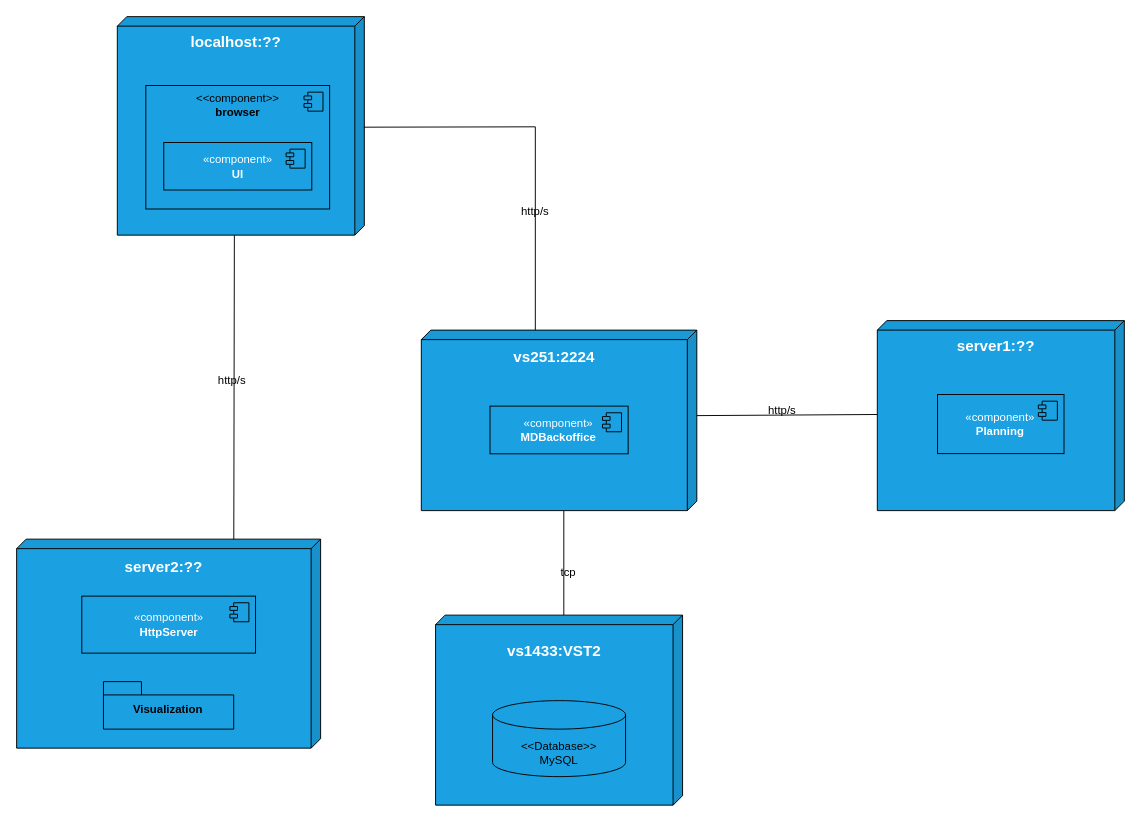
rita-barbosa/LAPR5-2425 keeps this draw.io diagram as docs/sprint-3/team-decisions/views/physical-view/physical-vl2.drawio. Above is the earlier version. Source tidied: cells renumbered, new cells numbered last; positions are measured from the earlier drawing's top-left corner, leaving out a move shared by most shapes. Both pictures are drawn from the tidied source at 95%, with x=0, y=0 at pixel (16, 16).
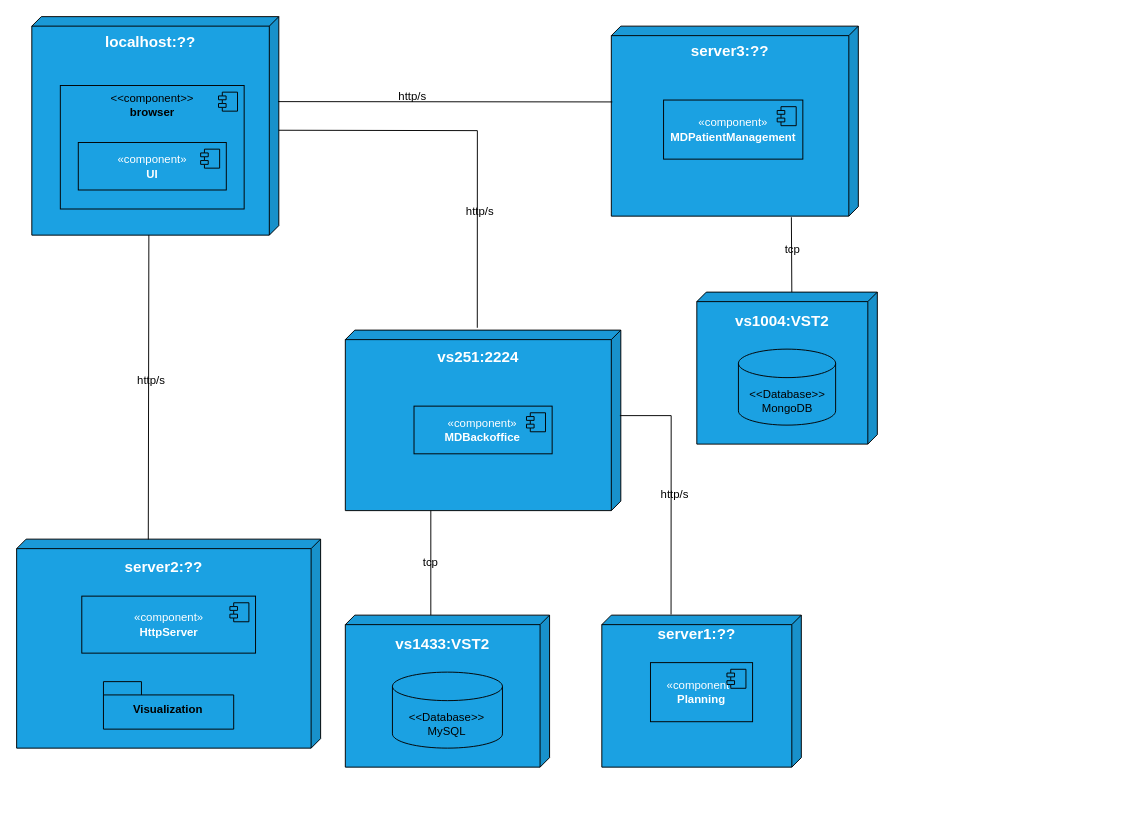
Above is the later version.

Unchanged cells that the change refers to:
```xml
<mxCell id="3" value="&lt;b&gt;&lt;font style=&quot;font-size: 16px;&quot;&gt;localhost:??&lt;/font&gt;&lt;/b&gt;&lt;div&gt;&lt;b&gt;&lt;br&gt;&lt;/b&gt;&lt;/div&gt;&lt;div&gt;&lt;br&gt;&lt;/div&gt;&lt;div&gt;&lt;b&gt;&lt;br&gt;&lt;/b&gt;&lt;/div&gt;&lt;div&gt;&lt;b&gt;&lt;br&gt;&lt;/b&gt;&lt;/div&gt;&lt;div&gt;&lt;b&gt;&lt;br&gt;&lt;/b&gt;&lt;/div&gt;&lt;div&gt;&lt;b&gt;&lt;br&gt;&lt;/b&gt;&lt;/div&gt;&lt;div&gt;&lt;b&gt;&lt;br&gt;&lt;/b&gt;&lt;/div&gt;&lt;div style=&quot;&quot;&gt;&lt;b&gt;&lt;br&gt;&lt;/b&gt;&lt;/div&gt;&lt;div style=&quot;&quot;&gt;&lt;b&gt;&lt;br&gt;&lt;/b&gt;&lt;/div&gt;&lt;div style=&quot;&quot;&gt;&lt;b&gt;&lt;br&gt;&lt;/b&gt;&lt;/div&gt;&lt;div style=&quot;&quot;&gt;&lt;b&gt;&lt;br&gt;&lt;/b&gt;&lt;/div&gt;&lt;div style=&quot;&quot;&gt;&lt;b&gt;&lt;br&gt;&lt;/b&gt;&lt;/div&gt;&lt;div style=&quot;&quot;&gt;&lt;br&gt;&lt;/div&gt;" style="shape=cube;whiteSpace=wrap;html=1;boundedLbl=1;backgroundOutline=1;darkOpacity=0.05;darkOpacity2=0.1;size=10;rotation=0;shadow=0;flipV=0;flipH=1;fillColor=#1ba1e2;fontColor=#ffffff;strokeColor=#000000;" parent="2" vertex="1">
  <mxGeometry width="260" height="230" as="geometry" />
</mxCell>
<mxCell id="10" value="&lt;b&gt;&lt;font style=&quot;font-size: 16px;&quot;&gt;vs251&lt;/font&gt;&lt;/b&gt;&lt;b style=&quot;background-color: initial;&quot;&gt;&lt;font style=&quot;font-size: 16px;&quot;&gt;:2224&lt;/font&gt;&lt;/b&gt;&lt;div&gt;&lt;div&gt;&lt;b&gt;&lt;br&gt;&lt;/b&gt;&lt;/div&gt;&lt;div&gt;&lt;b&gt;&lt;br&gt;&lt;/b&gt;&lt;/div&gt;&lt;div&gt;&lt;b&gt;&lt;br&gt;&lt;/b&gt;&lt;/div&gt;&lt;div&gt;&lt;b&gt;&lt;br&gt;&lt;/b&gt;&lt;/div&gt;&lt;div&gt;&lt;b&gt;&lt;br&gt;&lt;/b&gt;&lt;/div&gt;&lt;div&gt;&lt;br&gt;&lt;/div&gt;&lt;div style=&quot;&quot;&gt;&lt;b&gt;&lt;br&gt;&lt;/b&gt;&lt;/div&gt;&lt;div style=&quot;&quot;&gt;&lt;b&gt;&lt;br&gt;&lt;/b&gt;&lt;/div&gt;&lt;div style=&quot;&quot;&gt;&lt;b&gt;&lt;br&gt;&lt;/b&gt;&lt;/div&gt;&lt;div style=&quot;&quot;&gt;&lt;b&gt;&lt;br&gt;&lt;/b&gt;&lt;/div&gt;&lt;/div&gt;" style="shape=cube;whiteSpace=wrap;html=1;boundedLbl=1;backgroundOutline=1;darkOpacity=0.05;darkOpacity2=0.1;size=10;rotation=0;shadow=0;flipV=0;flipH=1;fillColor=#1ba1e2;fontColor=#ffffff;strokeColor=#000000;" parent="9" vertex="1">
  <mxGeometry width="290" height="190" as="geometry" />
</mxCell>
```

The edit, as a diff of the source:
```diff
@@
+    <mxCell id="20" style="endArrow=none;startArrow=none;endFill=0;startFill=0;endSize=8;html=1;verticalAlign=bottom;labelBackgroundColor=none;strokeWidth=1;rounded=0;entryX=0.521;entryY=-0.013;entryDx=0;entryDy=0;entryPerimeter=0;exitX=0.006;exitY=0.52;exitDx=0;exitDy=0;exitPerimeter=0;" parent="1" edge="1" source="3" target="10">
+      <mxGeometry relative="1" as="geometry">
+        <Array as="points">
+          <mxPoint x="485" y="120" />
+        </Array>
+      </mxGeometry>
+    </mxCell>
     <mxCell id="2" style="group;strokeColor=none;" parent="1" vertex="1">
-      <mxGeometry x="106" width="260" height="230" as="geometry" />
+      <mxGeometry x="16" width="260" height="230" as="geometry" />
     </mxCell>
@@
     <mxCell id="9" style="group;" parent="1" vertex="1">
-      <mxGeometry x="426" y="330" width="290" height="190" as="geometry" />
+      <mxGeometry x="346" y="330" width="290" height="190" as="geometry" />
     </mxCell>
@@
     <mxCell id="18" style="endArrow=none;startArrow=none;endFill=0;startFill=0;endSize=8;html=1;verticalAlign=bottom;labelBackgroundColor=none;strokeWidth=1;rounded=0;exitX=0;exitY=0;exitDx=135;exitDy=230;exitPerimeter=0;entryX=0.28;entryY=0.002;entryDx=0;entryDy=0;entryPerimeter=0;" parent="1" edge="1">
       <mxGeometry relative="1" as="geometry">
-        <mxPoint x="229.2" y="230" as="sourcePoint" />
-        <mxPoint x="228.6" y="550.4" as="targetPoint" />
+        <mxPoint x="139.2" y="230" as="sourcePoint" />
+        <mxPoint x="138.6" y="550.4" as="targetPoint" />
       </mxGeometry>
     </mxCell>
@@
-    <mxCell id="20" style="endArrow=none;startArrow=none;endFill=0;startFill=0;endSize=8;html=1;verticalAlign=bottom;labelBackgroundColor=none;strokeWidth=1;rounded=0;exitX=0.002;exitY=0.506;exitDx=0;exitDy=0;exitPerimeter=0;entryX=0;entryY=0;entryDx=170;entryDy=0;entryPerimeter=0;" parent="1" edge="1" source="3" target="10">
-      <mxGeometry relative="1" as="geometry">
-        <Array as="points">
-          <mxPoint x="546" y="116" />
-        </Array>
-      </mxGeometry>
-    </mxCell>
     <mxCell id="21" value="&lt;div&gt;http/s&lt;/div&gt;" style="text;html=1;align=center;verticalAlign=middle;whiteSpace=wrap;rounded=0;fillColor=none;strokeColor=none;" parent="1" vertex="1">
-      <mxGeometry x="187" y="358" width="80" height="50" as="geometry" />
+      <mxGeometry x="102" y="358" width="80" height="50" as="geometry" />
     </mxCell>
     <mxCell id="22" value="&lt;div&gt;http/s&lt;/div&gt;" style="text;html=1;align=center;verticalAlign=middle;whiteSpace=wrap;rounded=0;fillColor=none;strokeColor=none;" parent="1" vertex="1">
-      <mxGeometry x="506" y="180" width="80" height="50" as="geometry" />
+      <mxGeometry x="448" y="180" width="80" height="50" as="geometry" />
     </mxCell>
     <mxCell id="23" style="group;" parent="1" vertex="1">
-      <mxGeometry x="906" y="320" width="260" height="200" as="geometry" />
+      <mxGeometry x="626" y="10" width="260" height="200" as="geometry" />
     </mxCell>
-    <mxCell id="24" value="&lt;b&gt;&lt;font style=&quot;font-size: 16px;&quot;&gt;server1&lt;/font&gt;&lt;/b&gt;&lt;b style=&quot;background-color: initial;&quot;&gt;&lt;font style=&quot;font-size: 16px;&quot;&gt;:??&lt;/font&gt;&lt;/b&gt;&lt;div&gt;&lt;div&gt;&lt;b&gt;&lt;br&gt;&lt;/b&gt;&lt;/div&gt;&lt;div&gt;&lt;b&gt;&lt;br&gt;&lt;/b&gt;&lt;/div&gt;&lt;div&gt;&lt;b&gt;&lt;br&gt;&lt;/b&gt;&lt;/div&gt;&lt;div&gt;&lt;b&gt;&lt;br&gt;&lt;/b&gt;&lt;/div&gt;&lt;div&gt;&lt;b&gt;&lt;br&gt;&lt;/b&gt;&lt;/div&gt;&lt;div&gt;&lt;b&gt;&lt;br&gt;&lt;/b&gt;&lt;/div&gt;&lt;div&gt;&lt;b&gt;&lt;br&gt;&lt;/b&gt;&lt;/div&gt;&lt;div&gt;&lt;b&gt;&lt;br&gt;&lt;/b&gt;&lt;/div&gt;&lt;div style=&quot;&quot;&gt;&lt;br&gt;&lt;/div&gt;&lt;div style=&quot;&quot;&gt;&lt;b&gt;&lt;br&gt;&lt;/b&gt;&lt;/div&gt;&lt;div style=&quot;&quot;&gt;&lt;b&gt;&lt;br&gt;&lt;/b&gt;&lt;/div&gt;&lt;/div&gt;" style="shape=cube;whiteSpace=wrap;html=1;boundedLbl=1;backgroundOutline=1;darkOpacity=0.05;darkOpacity2=0.1;size=10;rotation=0;shadow=0;flipV=0;flipH=1;fillColor=#1ba1e2;fontColor=#ffffff;strokeColor=#000000;" parent="23" vertex="1">
+    <mxCell id="24" value="&lt;b&gt;&lt;font style=&quot;font-size: 16px;&quot;&gt;server3&lt;/font&gt;&lt;/b&gt;&lt;b style=&quot;background-color: initial;&quot;&gt;&lt;font style=&quot;font-size: 16px;&quot;&gt;:??&lt;/font&gt;&lt;/b&gt;&lt;div&gt;&lt;div&gt;&lt;b&gt;&lt;br&gt;&lt;/b&gt;&lt;/div&gt;&lt;div&gt;&lt;b&gt;&lt;br&gt;&lt;/b&gt;&lt;/div&gt;&lt;div&gt;&lt;b&gt;&lt;br&gt;&lt;/b&gt;&lt;/div&gt;&lt;div&gt;&lt;b&gt;&lt;br&gt;&lt;/b&gt;&lt;/div&gt;&lt;div&gt;&lt;b&gt;&lt;br&gt;&lt;/b&gt;&lt;/div&gt;&lt;div&gt;&lt;b&gt;&lt;br&gt;&lt;/b&gt;&lt;/div&gt;&lt;div&gt;&lt;b&gt;&lt;br&gt;&lt;/b&gt;&lt;/div&gt;&lt;div&gt;&lt;b&gt;&lt;br&gt;&lt;/b&gt;&lt;/div&gt;&lt;div style=&quot;&quot;&gt;&lt;br&gt;&lt;/div&gt;&lt;div style=&quot;&quot;&gt;&lt;b&gt;&lt;br&gt;&lt;/b&gt;&lt;/div&gt;&lt;div style=&quot;&quot;&gt;&lt;b&gt;&lt;br&gt;&lt;/b&gt;&lt;/div&gt;&lt;/div&gt;" style="shape=cube;whiteSpace=wrap;html=1;boundedLbl=1;backgroundOutline=1;darkOpacity=0.05;darkOpacity2=0.1;size=10;rotation=0;shadow=0;flipV=0;flipH=1;fillColor=#1ba1e2;fontColor=#ffffff;strokeColor=#000000;" parent="23" vertex="1">
       <mxGeometry width="260" height="200" as="geometry" />
     </mxCell>
-    <mxCell id="25" value="«component»&lt;br&gt;&lt;b&gt;Planning&lt;/b&gt;" style="html=1;whiteSpace=wrap;fillColor=#1ba1e2;fontColor=#ffffff;strokeColor=#000000;" parent="23" vertex="1">
-      <mxGeometry x="63.4" y="77.8" width="133.1" height="62.2" as="geometry" />
+    <mxCell id="25" value="«component»&lt;br&gt;&lt;b&gt;MDPatientManagement&lt;/b&gt;" style="html=1;whiteSpace=wrap;fillColor=#1ba1e2;fontColor=#ffffff;strokeColor=#000000;" parent="23" vertex="1">
+      <mxGeometry x="55" y="77.8" width="146.6" height="62.2" as="geometry" />
     </mxCell>
@@
-    <mxCell id="27" style="endArrow=none;startArrow=none;endFill=0;startFill=0;endSize=8;html=1;verticalAlign=bottom;labelBackgroundColor=none;strokeWidth=1;rounded=0;exitX=0;exitY=0;exitDx=0;exitDy=90;exitPerimeter=0;entryX=1.001;entryY=0.494;entryDx=0;entryDy=0;entryPerimeter=0;" parent="1" edge="1" source="10" target="24">
-      <mxGeometry relative="1" as="geometry" />
+    <mxCell id="27" style="endArrow=none;startArrow=none;endFill=0;startFill=0;endSize=8;html=1;verticalAlign=bottom;labelBackgroundColor=none;strokeWidth=1;rounded=0;exitX=0;exitY=0;exitDx=0;exitDy=90;exitPerimeter=0;entryX=0.653;entryY=-0.004;entryDx=0;entryDy=0;entryPerimeter=0;" parent="1" edge="1" target="36">
+      <mxGeometry relative="1" as="geometry">
+        <mxPoint x="635" y="420" as="sourcePoint" />
+        <Array as="points">
+          <mxPoint x="689" y="420" />
+        </Array>
+      </mxGeometry>
     </mxCell>
     <mxCell id="28" value="&lt;div&gt;http/s&lt;/div&gt;" style="text;html=1;align=center;verticalAlign=middle;whiteSpace=wrap;rounded=0;fillColor=none;strokeColor=none;" parent="1" vertex="1">
-      <mxGeometry x="766" y="390" width="80" height="50" as="geometry" />
+      <mxGeometry x="653" y="478" width="80" height="50" as="geometry" />
     </mxCell>
     <mxCell id="29" style="group;" parent="1" vertex="1">
-      <mxGeometry x="441" y="630" width="260" height="200" as="geometry" />
+      <mxGeometry x="346" y="630" width="215" height="200" as="geometry" />
     </mxCell>
-    <mxCell id="30" value="&lt;div&gt;&lt;span style=&quot;font-size: 16px;&quot;&gt;&lt;b&gt;vs1433:VST2&lt;/b&gt;&lt;/span&gt;&lt;/div&gt;&lt;div&gt;&lt;span style=&quot;font-size: 16px;&quot;&gt;&lt;b&gt;&lt;br&gt;&lt;/b&gt;&lt;/span&gt;&lt;/div&gt;&lt;div&gt;&lt;span style=&quot;font-size: 16px;&quot;&gt;&lt;b&gt;&lt;br&gt;&lt;/b&gt;&lt;/span&gt;&lt;/div&gt;&lt;div&gt;&lt;span style=&quot;font-size: 16px;&quot;&gt;&lt;b&gt;&lt;br&gt;&lt;/b&gt;&lt;/span&gt;&lt;/div&gt;&lt;div&gt;&lt;span style=&quot;font-size: 16px;&quot;&gt;&lt;b&gt;&lt;br&gt;&lt;/b&gt;&lt;/span&gt;&lt;/div&gt;&lt;div&gt;&lt;span style=&quot;font-size: 16px;&quot;&gt;&lt;b&gt;&lt;br&gt;&lt;/b&gt;&lt;/span&gt;&lt;/div&gt;&lt;div&gt;&lt;span style=&quot;font-size: 16px;&quot;&gt;&lt;b&gt;&lt;br&gt;&lt;/b&gt;&lt;/span&gt;&lt;/div&gt;&lt;div&gt;&lt;span style=&quot;font-size: 16px;&quot;&gt;&lt;b&gt;&lt;br&gt;&lt;/b&gt;&lt;/span&gt;&lt;/div&gt;" style="shape=cube;whiteSpace=wrap;html=1;boundedLbl=1;backgroundOutline=1;darkOpacity=0.05;darkOpacity2=0.1;size=10;rotation=0;shadow=0;flipV=0;flipH=1;fillColor=#1ba1e2;fontColor=#ffffff;strokeColor=#000000;" parent="29" vertex="1">
-      <mxGeometry width="260" height="200" as="geometry" />
+    <mxCell id="30" value="&lt;div&gt;&lt;span style=&quot;font-size: 16px;&quot;&gt;&lt;b&gt;vs1433:VST2&lt;/b&gt;&lt;/span&gt;&lt;/div&gt;&lt;div&gt;&lt;br&gt;&lt;/div&gt;&lt;div&gt;&lt;span style=&quot;font-size: 16px;&quot;&gt;&lt;b&gt;&lt;br&gt;&lt;/b&gt;&lt;/span&gt;&lt;/div&gt;&lt;div&gt;&lt;span style=&quot;font-size: 16px;&quot;&gt;&lt;b&gt;&lt;br&gt;&lt;/b&gt;&lt;/span&gt;&lt;/div&gt;&lt;div&gt;&lt;span style=&quot;font-size: 16px;&quot;&gt;&lt;b&gt;&lt;br&gt;&lt;/b&gt;&lt;/span&gt;&lt;/div&gt;&lt;div&gt;&lt;span style=&quot;font-size: 16px;&quot;&gt;&lt;b&gt;&lt;br&gt;&lt;/b&gt;&lt;/span&gt;&lt;/div&gt;&lt;div&gt;&lt;span style=&quot;font-size: 16px;&quot;&gt;&lt;b&gt;&lt;br&gt;&lt;/b&gt;&lt;/span&gt;&lt;/div&gt;" style="shape=cube;whiteSpace=wrap;html=1;boundedLbl=1;backgroundOutline=1;darkOpacity=0.05;darkOpacity2=0.1;size=10;rotation=0;shadow=0;flipV=0;flipH=1;fillColor=#1ba1e2;fontColor=#ffffff;strokeColor=#000000;" parent="29" vertex="1">
+      <mxGeometry width="215" height="160" as="geometry" />
     </mxCell>
     <mxCell id="31" style="shape=cylinder3;whiteSpace=wrap;html=1;boundedLbl=1;backgroundOutline=1;size=15;fillColor=#1BA1E2;strokeColor=#030303;" parent="29" vertex="1">
-      <mxGeometry x="60" y="90" width="140" height="80" as="geometry" />
+      <mxGeometry x="49.6" y="60" width="115.8" height="80" as="geometry" />
     </mxCell>
     <mxCell id="32" value="&lt;div&gt;&amp;lt;&amp;lt;Database&amp;gt;&amp;gt;&lt;/div&gt;&lt;div&gt;MySQL&lt;/div&gt;" style="text;html=1;align=center;verticalAlign=middle;whiteSpace=wrap;rounded=0;fillColor=none;strokeColor=none;" parent="29" vertex="1">
-      <mxGeometry x="90" y="120" width="80" height="50" as="geometry" />
+      <mxGeometry x="74.4" y="90" width="66.2" height="50" as="geometry" />
     </mxCell>
     <mxCell id="33" style="endArrow=none;startArrow=none;endFill=0;startFill=0;endSize=8;html=1;verticalAlign=bottom;labelBackgroundColor=none;strokeWidth=1;rounded=0;entryX=0;entryY=0;entryDx=125;entryDy=0;entryPerimeter=0;" parent="1" edge="1" target="30">
       <mxGeometry relative="1" as="geometry">
-        <mxPoint x="576" y="520" as="sourcePoint" />
+        <mxPoint x="436" y="520" as="sourcePoint" />
       </mxGeometry>
     </mxCell>
     <mxCell id="34" value="&lt;div&gt;tcp&lt;/div&gt;" style="text;html=1;align=center;verticalAlign=middle;whiteSpace=wrap;rounded=0;fillColor=none;strokeColor=none;" parent="1" vertex="1">
-      <mxGeometry x="541" y="560" width="80" height="50" as="geometry" />
+      <mxGeometry x="396" y="550" width="80" height="50" as="geometry" />
     </mxCell>
+    <mxCell id="35" style="group;" parent="1" vertex="1">
+      <mxGeometry x="616" y="630" width="210" height="200" as="geometry" />
+    </mxCell>
+    <mxCell id="36" value="&lt;b&gt;&lt;font style=&quot;font-size: 16px;&quot;&gt;server1&lt;/font&gt;&lt;/b&gt;&lt;b style=&quot;background-color: initial;&quot;&gt;&lt;font style=&quot;font-size: 16px;&quot;&gt;:??&lt;/font&gt;&lt;/b&gt;&lt;div&gt;&lt;div&gt;&lt;br&gt;&lt;/div&gt;&lt;div&gt;&lt;b&gt;&lt;br&gt;&lt;/b&gt;&lt;/div&gt;&lt;div&gt;&lt;b&gt;&lt;br&gt;&lt;/b&gt;&lt;/div&gt;&lt;div&gt;&lt;b&gt;&lt;br&gt;&lt;/b&gt;&lt;/div&gt;&lt;div&gt;&lt;b&gt;&lt;br&gt;&lt;/b&gt;&lt;/div&gt;&lt;div&gt;&lt;b&gt;&lt;br&gt;&lt;/b&gt;&lt;/div&gt;&lt;div style=&quot;&quot;&gt;&lt;br&gt;&lt;/div&gt;&lt;div style=&quot;&quot;&gt;&lt;b&gt;&lt;br&gt;&lt;/b&gt;&lt;/div&gt;&lt;div style=&quot;&quot;&gt;&lt;b&gt;&lt;br&gt;&lt;/b&gt;&lt;/div&gt;&lt;/div&gt;" style="shape=cube;whiteSpace=wrap;html=1;boundedLbl=1;backgroundOutline=1;darkOpacity=0.05;darkOpacity2=0.1;size=10;rotation=0;shadow=0;flipV=0;flipH=1;fillColor=#1ba1e2;fontColor=#ffffff;strokeColor=#000000;" parent="35" vertex="1">
+      <mxGeometry width="210" height="160" as="geometry" />
+    </mxCell>
+    <mxCell id="37" value="«component»&lt;br&gt;&lt;b&gt;Planning&lt;/b&gt;" style="html=1;whiteSpace=wrap;fillColor=#1ba1e2;fontColor=#ffffff;strokeColor=#000000;" parent="35" vertex="1">
+      <mxGeometry x="51.2" y="50" width="107.5" height="62.2" as="geometry" />
+    </mxCell>
+    <mxCell id="38" style="shape=module;jettyWidth=8;jettyHeight=4;fillColor=#1ba1e2;fontColor=#ffffff;strokeColor=#000000;" parent="37" vertex="1">
+      <mxGeometry x="1" width="20" height="20" relative="1" as="geometry">
+        <mxPoint x="-27" y="7" as="offset" />
+      </mxGeometry>
+    </mxCell>
+    <mxCell id="39" style="endArrow=none;startArrow=none;endFill=0;startFill=0;endSize=8;html=1;verticalAlign=bottom;labelBackgroundColor=none;strokeWidth=1;rounded=0;exitX=0.003;exitY=0.389;exitDx=0;exitDy=0;exitPerimeter=0;entryX=0.996;entryY=0.399;entryDx=0;entryDy=0;entryPerimeter=0;" parent="1" edge="1" source="3" target="24">
+      <mxGeometry relative="1" as="geometry" />
+    </mxCell>
+    <mxCell id="40" value="&lt;div&gt;http/s&lt;/div&gt;" style="text;html=1;align=center;verticalAlign=middle;whiteSpace=wrap;rounded=0;fillColor=none;strokeColor=none;" parent="1" vertex="1">
+      <mxGeometry x="377" y="59" width="80" height="50" as="geometry" />
+    </mxCell>
+    <mxCell id="41" style="group;" parent="1" vertex="1">
+      <mxGeometry x="716" y="290" width="190" height="160" as="geometry" />
+    </mxCell>
+    <mxCell id="42" value="&lt;div&gt;&lt;span style=&quot;font-size: 16px;&quot;&gt;&lt;b&gt;vs1004:VST2&lt;/b&gt;&lt;/span&gt;&lt;/div&gt;&lt;div&gt;&lt;br&gt;&lt;/div&gt;&lt;div&gt;&lt;span style=&quot;font-size: 16px;&quot;&gt;&lt;b&gt;&lt;br&gt;&lt;/b&gt;&lt;/span&gt;&lt;/div&gt;&lt;div&gt;&lt;span style=&quot;font-size: 16px;&quot;&gt;&lt;b&gt;&lt;br&gt;&lt;/b&gt;&lt;/span&gt;&lt;/div&gt;&lt;div&gt;&lt;span style=&quot;font-size: 16px;&quot;&gt;&lt;b&gt;&lt;br&gt;&lt;/b&gt;&lt;/span&gt;&lt;/div&gt;&lt;div&gt;&lt;span style=&quot;font-size: 16px;&quot;&gt;&lt;b&gt;&lt;br&gt;&lt;/b&gt;&lt;/span&gt;&lt;/div&gt;&lt;div&gt;&lt;span style=&quot;font-size: 16px;&quot;&gt;&lt;b&gt;&lt;br&gt;&lt;/b&gt;&lt;/span&gt;&lt;/div&gt;" style="shape=cube;whiteSpace=wrap;html=1;boundedLbl=1;backgroundOutline=1;darkOpacity=0.05;darkOpacity2=0.1;size=10;rotation=0;shadow=0;flipV=0;flipH=1;fillColor=#1ba1e2;fontColor=#ffffff;strokeColor=#000000;" parent="41" vertex="1">
+      <mxGeometry width="190" height="160" as="geometry" />
+    </mxCell>
+    <mxCell id="43" style="shape=cylinder3;whiteSpace=wrap;html=1;boundedLbl=1;backgroundOutline=1;size=15;fillColor=#1BA1E2;strokeColor=#030303;" parent="41" vertex="1">
+      <mxGeometry x="43.8" y="60" width="102.3" height="80" as="geometry" />
+    </mxCell>
+    <mxCell id="44" value="&lt;div&gt;&amp;lt;&amp;lt;Database&amp;gt;&amp;gt;&lt;/div&gt;&lt;div&gt;MongoDB&lt;/div&gt;" style="text;html=1;align=center;verticalAlign=middle;whiteSpace=wrap;rounded=0;fillColor=none;strokeColor=none;" parent="41" vertex="1">
+      <mxGeometry x="65.8" y="90" width="58.5" height="50" as="geometry" />
+    </mxCell>
+    <mxCell id="45" value="&lt;div&gt;tcp&lt;/div&gt;" style="text;html=1;align=center;verticalAlign=middle;whiteSpace=wrap;rounded=0;fillColor=none;strokeColor=none;" parent="1" vertex="1">
+      <mxGeometry x="777" y="220" width="80" height="50" as="geometry" />
+    </mxCell>
+    <mxCell id="46" style="endArrow=none;startArrow=none;endFill=0;startFill=0;endSize=8;html=1;verticalAlign=bottom;labelBackgroundColor=none;strokeWidth=1;rounded=0;entryX=0;entryY=0;entryDx=90;entryDy=0;entryPerimeter=0;exitX=0.271;exitY=1.006;exitDx=0;exitDy=0;exitPerimeter=0;" parent="1" edge="1" source="24" target="42">
+      <mxGeometry relative="1" as="geometry" />
+    </mxCell>
```
